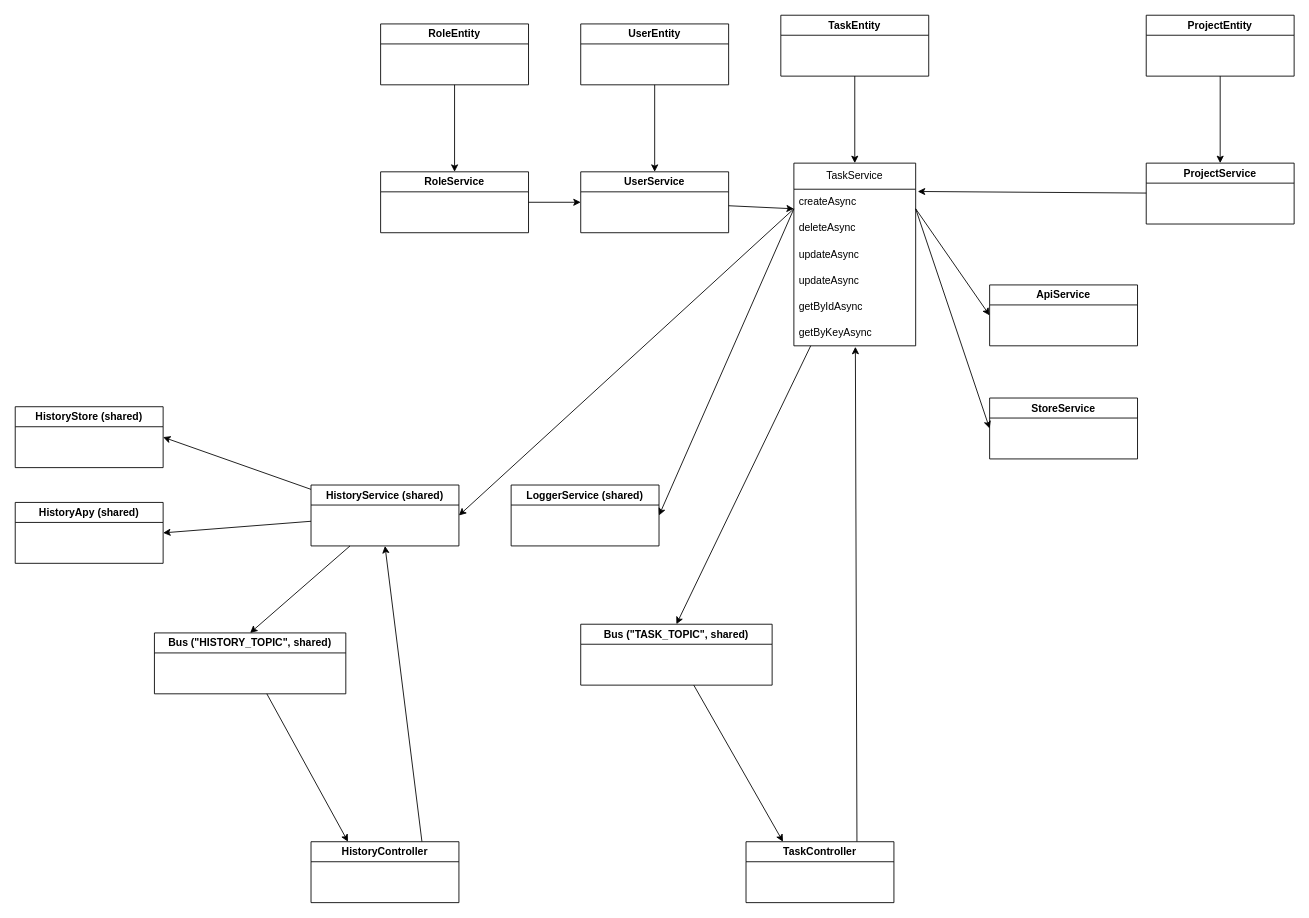
Above: docs/client.shema.drawio in davidchak/todo.larus.pro (draw.io), before the change. Source tidied: cells renumbered, new cells numbered last; positions are measured from the earlier drawing's top-left corner, leaving out a move shared by most shapes. Both pictures are drawn from the tidied source at 87%, with x=0, y=0 at pixel (15, 15).
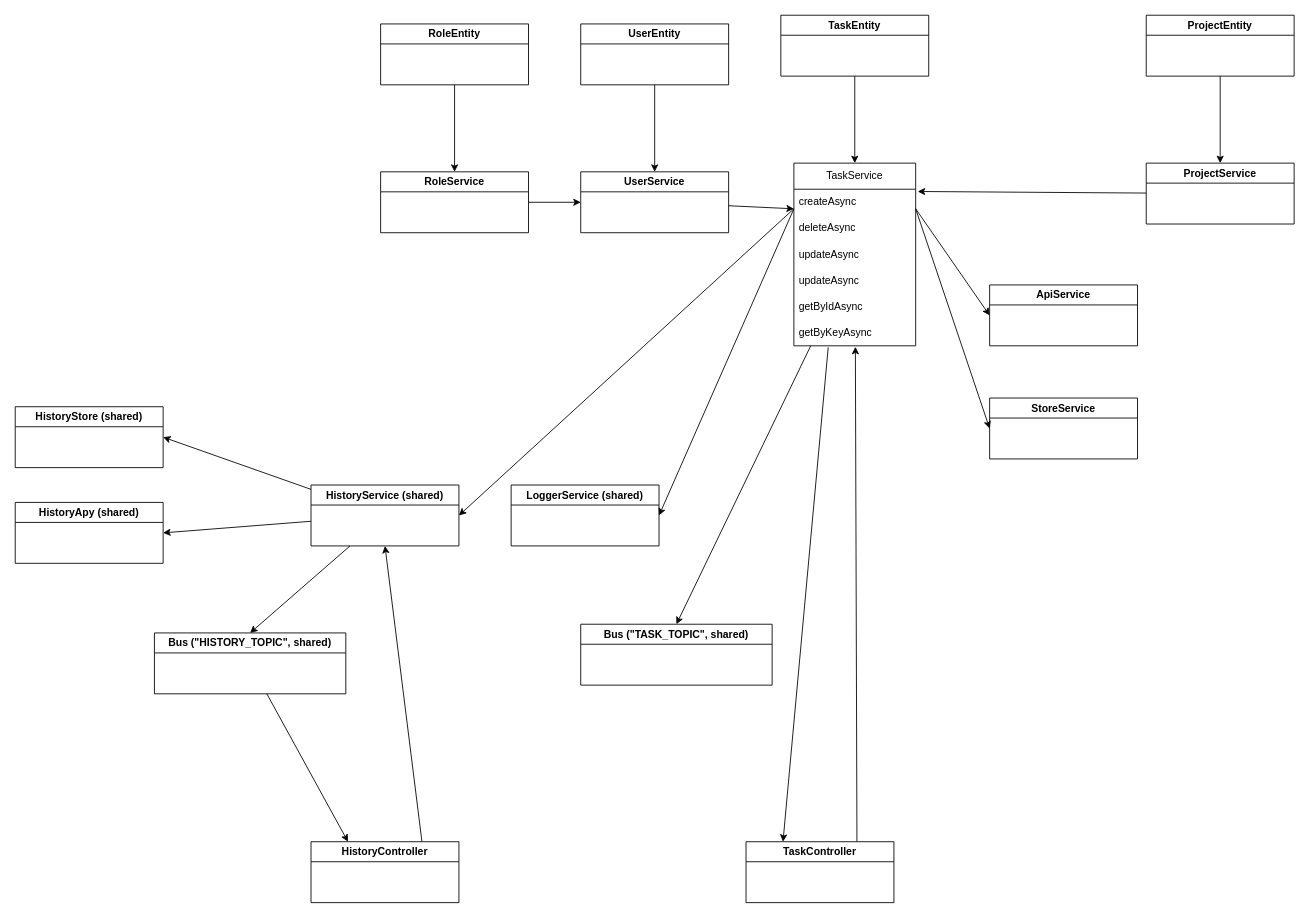
The same page after the edit.

The change refers to these unchanged cells:
```xml
<mxCell id="21" value="TaskController" style="swimlane;whiteSpace=wrap;html=1;" parent="1" vertex="1">
  <mxGeometry x="840" y="950" width="170" height="70" as="geometry" />
</mxCell>
<mxCell id="30" value="Bus (&quot;TASK_TOPIC&quot;, shared)" style="swimlane;whiteSpace=wrap;html=1;" parent="1" vertex="1">
  <mxGeometry x="650" y="700" width="220" height="70" as="geometry" />
</mxCell>
<mxCell id="38" value="getByKeyAsync" style="text;strokeColor=none;fillColor=none;align=left;verticalAlign=middle;spacingLeft=4;spacingRight=4;overflow=hidden;points=[[0,0.5],[1,0.5]];portConstraint=eastwest;whiteSpace=wrap;html=1;" parent="32" vertex="1">
  <mxGeometry y="180" width="140" height="30" as="geometry" />
</mxCell>
```

What changed in the source:
```diff
@@
-    <mxCell id="29" style="edgeStyle=none;html=1;entryX=0.25;entryY=0;entryDx=0;entryDy=0;" parent="1" edge="1" source="30" target="21">
+    <mxCell id="29" style="edgeStyle=none;html=1;entryX=0.25;entryY=0;entryDx=0;entryDy=0;exitX=0.282;exitY=1.057;exitDx=0;exitDy=0;exitPerimeter=0;" parent="1" edge="1" source="38" target="21">
       <mxGeometry relative="1" as="geometry" />
     </mxCell>
```
